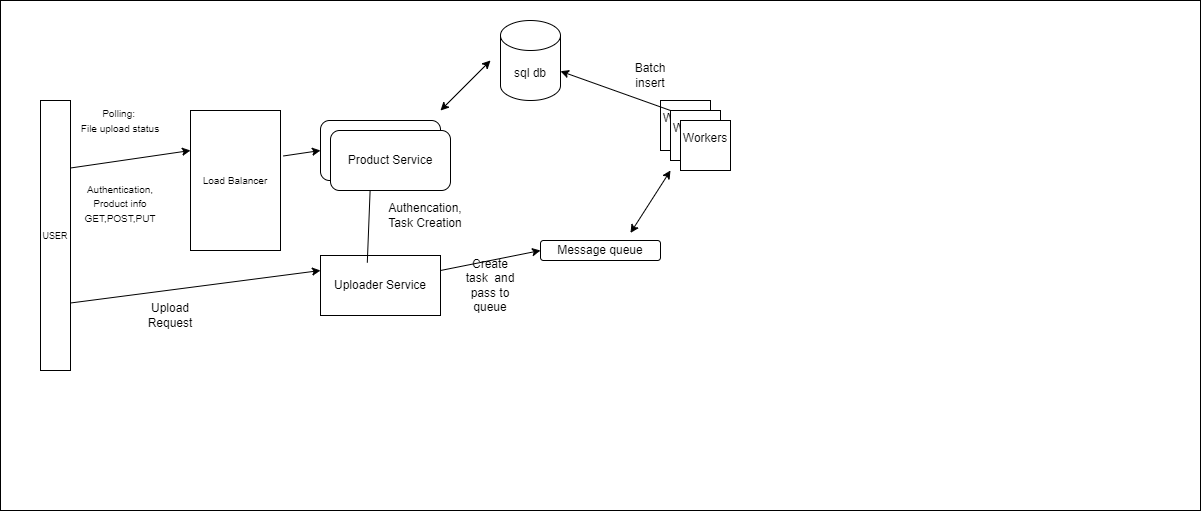
This is diagrams/architecture.png from csekankan/Product-feed, a draw.io export, as it was before one commit. Source tidied: cells renumbered, new cells last; positions are measured from the earlier drawing's top-left corner, leaving out a move shared by most shapes.
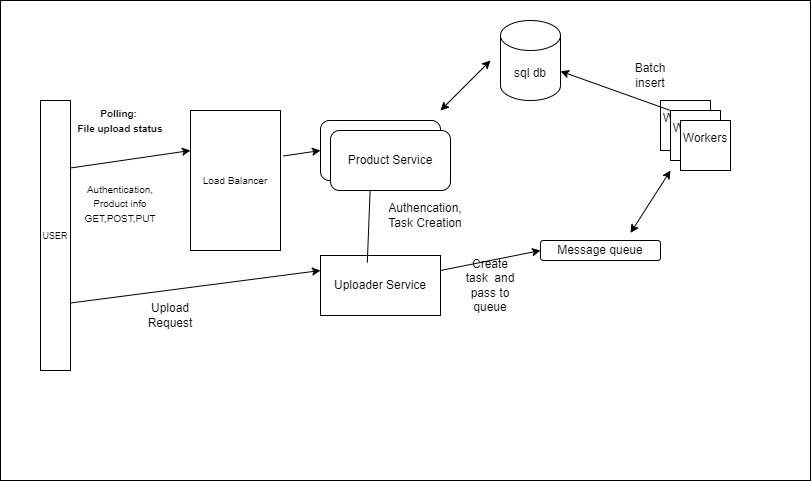
After the commit.

The edit, as a diff of the source:
```diff
@@ -3,7 +3,7 @@
     <mxCell id="0" />
     <mxCell id="1" parent="0" />
     <mxCell id="2" style="rounded=0;whiteSpace=wrap;html=1;" parent="1" vertex="1">
-      <mxGeometry width="1200" height="510" as="geometry" />
+      <mxGeometry width="810" height="480" as="geometry" />
     </mxCell>
     <mxCell id="3" value="Product Service" style="rounded=1;whiteSpace=wrap;html=1;" parent="1" vertex="1">
       <mxGeometry x="320" y="120" width="120" height="60" as="geometry" />
@@ -86,7 +86,7 @@
     <mxCell id="24" value="Upload Request" style="text;html=1;align=center;verticalAlign=middle;whiteSpace=wrap;rounded=0;" parent="1" vertex="1">
       <mxGeometry x="140" y="300" width="60" height="30" as="geometry" />
     </mxCell>
-    <mxCell id="25" value="&lt;div&gt;&lt;span style=&quot;font-size: 10px;&quot;&gt;Polling:&amp;nbsp;&lt;/span&gt;&lt;/div&gt;&lt;div&gt;&lt;span style=&quot;font-size: 10px;&quot;&gt;File upload status&lt;/span&gt;&lt;/div&gt;" style="text;html=1;align=center;verticalAlign=middle;whiteSpace=wrap;rounded=0;" parent="1" vertex="1">
+    <mxCell id="25" value="&lt;div&gt;&lt;span style=&quot;font-size: 10px;&quot;&gt;&lt;b&gt;Polling:&amp;nbsp;&lt;/b&gt;&lt;/span&gt;&lt;/div&gt;&lt;div&gt;&lt;span style=&quot;font-size: 10px;&quot;&gt;&lt;b&gt;File upload status&lt;/b&gt;&lt;/span&gt;&lt;/div&gt;" style="text;html=1;align=center;verticalAlign=middle;whiteSpace=wrap;rounded=0;" parent="1" vertex="1">
       <mxGeometry x="60" y="90" width="120" height="60" as="geometry" />
     </mxCell>
     <mxCell id="26" value="Product Service" style="rounded=1;whiteSpace=wrap;html=1;" parent="1" vertex="1">
```
